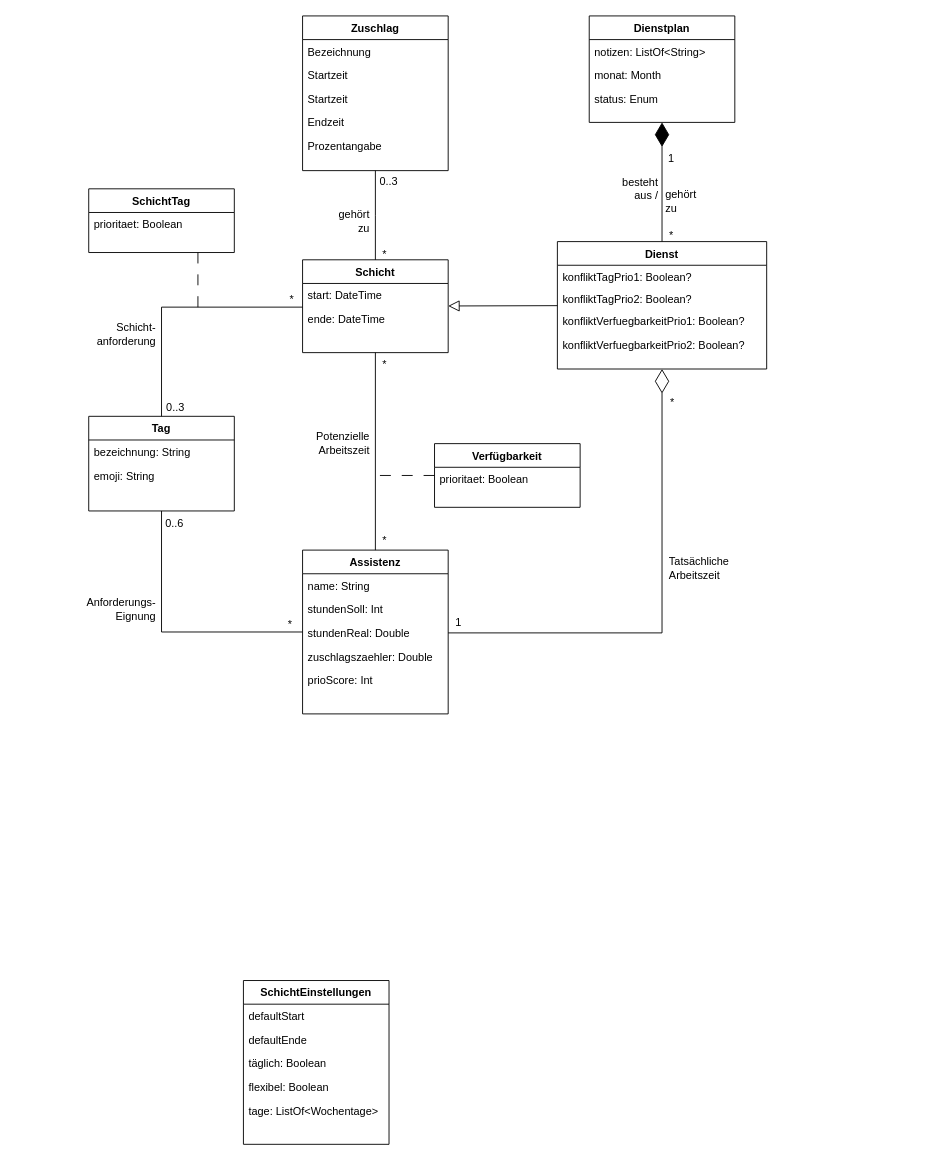
Above: page "V-1" (1 of 2) of 4_Entwurf/4_UML/4_UML_Klassendiagramme/Domänenklassendiagramm_Anforderungsspezifikation.drawio in annikalenneper/praxisprojekt_mi_bachelor_SoSe24 (draw.io), before the change. Source tidied: cells renumbered, new cells numbered last; positions are measured from the earlier drawing's top-left corner, leaving out a move shared by most shapes. Both pictures are drawn from the tidied source at 91%, with x=0, y=0 at pixel (66, 15).
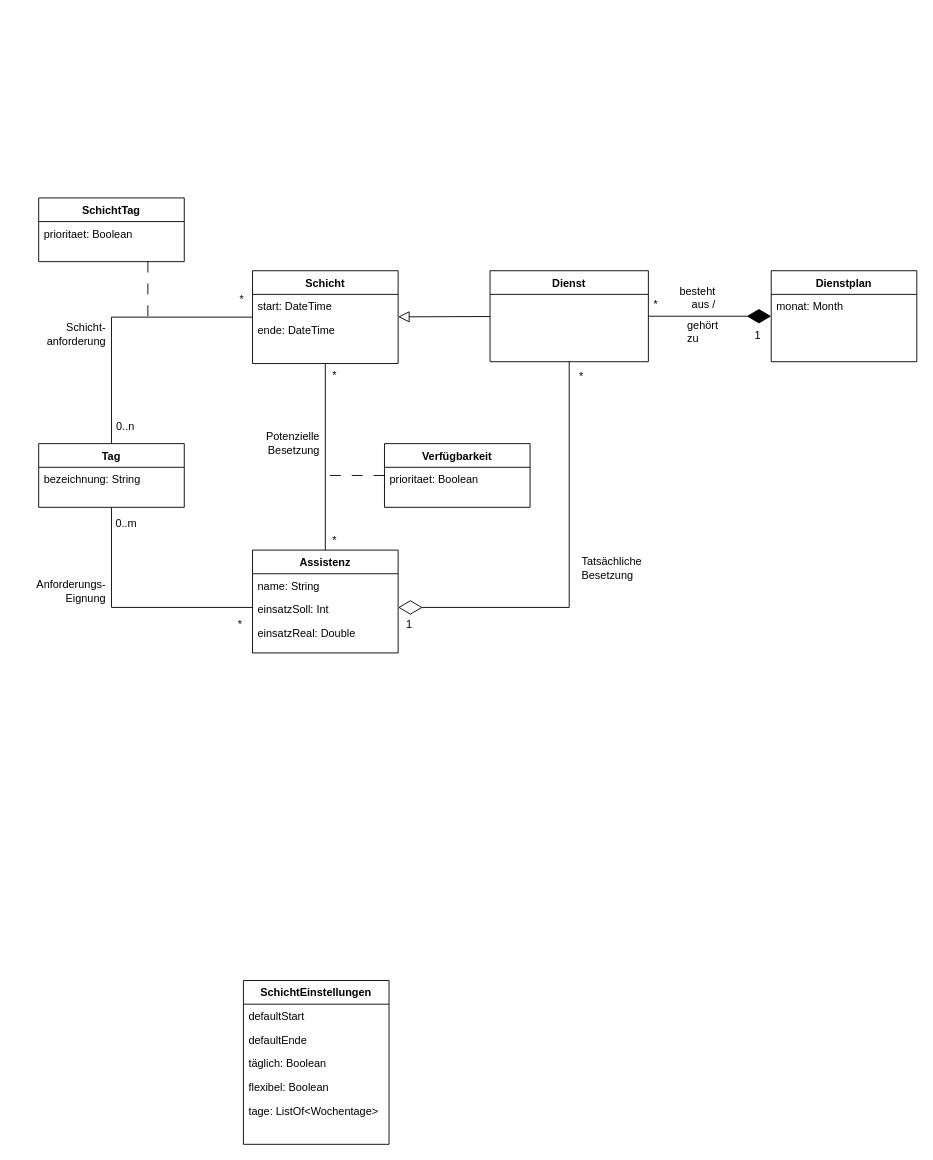
Above is the later version.

Diff of the diagram source:
```diff
@@
     <mxCell id="2" value="Schicht" style="swimlane;fontStyle=1;align=center;verticalAlign=top;horizontal=1;startSize=26;rounded=0;shadow=0;strokeWidth=1;" parent="1" vertex="1">
-      <mxGeometry x="260" y="268" width="160" height="102" as="geometry" />
+      <mxGeometry x="205" y="280" width="160" height="102" as="geometry" />
     </mxCell>
@@
     <mxCell id="5" value="Verfügbarkeit" style="swimlane;fontStyle=1;align=center;verticalAlign=top;horizontal=1;startSize=26;rounded=0;shadow=0;strokeWidth=1;" parent="1" vertex="1">
-      <mxGeometry x="405" y="470" width="160" height="70" as="geometry" />
+      <mxGeometry x="350" y="470" width="160" height="70" as="geometry" />
     </mxCell>
@@
-    <mxCell id="7" value="Zuschlag" style="swimlane;fontStyle=1;align=center;verticalAlign=top;horizontal=1;startSize=26;rounded=0;shadow=0;strokeWidth=1;" parent="1" vertex="1">
-      <mxGeometry x="260" width="160" height="170" as="geometry" />
-    </mxCell>
-    <mxCell id="8" value="Bezeichnung" style="text;align=left;verticalAlign=top;spacingLeft=4;spacingRight=4;overflow=hidden;" parent="7" vertex="1">
-      <mxGeometry y="26" width="160" height="26" as="geometry" />
-    </mxCell>
-    <mxCell id="9" value="Startzeit" style="text;align=left;verticalAlign=top;spacingLeft=4;spacingRight=4;overflow=hidden;rounded=0;shadow=0;html=0;" parent="7" vertex="1">
-      <mxGeometry y="52" width="160" height="26" as="geometry" />
-    </mxCell>
-    <mxCell id="10" value="Startzeit" style="text;align=left;verticalAlign=top;spacingLeft=4;spacingRight=4;overflow=hidden;rounded=0;shadow=0;html=0;" parent="7" vertex="1">
-      <mxGeometry y="78" width="160" height="26" as="geometry" />
-    </mxCell>
-    <mxCell id="11" value="Endzeit" style="text;align=left;verticalAlign=top;spacingLeft=4;spacingRight=4;overflow=hidden;rounded=0;shadow=0;html=0;" parent="7" vertex="1">
-      <mxGeometry y="104" width="160" height="26" as="geometry" />
-    </mxCell>
-    <mxCell id="12" value="Prozentangabe" style="text;align=left;verticalAlign=top;spacingLeft=4;spacingRight=4;overflow=hidden;rounded=0;shadow=0;html=0;" parent="7" vertex="1">
-      <mxGeometry y="130" width="160" height="26" as="geometry" />
-    </mxCell>
-    <mxCell id="13" style="endArrow=none;shadow=0;strokeWidth=1;rounded=0;curved=0;endFill=0;edgeStyle=elbowEdgeStyle;elbow=vertical;" parent="1" edge="1" source="2" target="7">
-      <mxGeometry x="0.5" y="41" relative="1" as="geometry">
-        <mxPoint x="-40" y="32" as="offset" />
-      </mxGeometry>
-    </mxCell>
-    <mxCell id="14" value="1" style="align=left;verticalAlign=bottom;labelBackgroundColor=none;fontSize=12;" parent="13" vertex="1">
-      <mxGeometry x="-1" relative="1" as="geometry">
-        <mxPoint x="320" y="-103" as="offset" />
-      </mxGeometry>
-    </mxCell>
-    <mxCell id="15" value="0..3" style="align=right;verticalAlign=bottom;labelBackgroundColor=none;fontSize=12;" parent="13" vertex="1">
-      <mxGeometry x="1" relative="1" as="geometry">
-        <mxPoint x="26" y="20" as="offset" />
-      </mxGeometry>
-    </mxCell>
     <mxCell id="16" value="Tag" style="swimlane;fontStyle=1;align=center;verticalAlign=top;horizontal=1;startSize=26;rounded=0;shadow=0;strokeWidth=1;" parent="1" vertex="1">
-      <mxGeometry x="25" y="440" width="160" height="104" as="geometry" />
+      <mxGeometry x="-30" y="470" width="160" height="70" as="geometry" />
     </mxCell>
@@
-    <mxCell id="18" value="emoji: String" style="text;align=left;verticalAlign=top;spacingLeft=4;spacingRight=4;overflow=hidden;rounded=0;shadow=0;html=0;" parent="16" vertex="1">
-      <mxGeometry y="52" width="160" height="26" as="geometry" />
-    </mxCell>
     <mxCell id="19" value="Assistenz" style="swimlane;fontStyle=1;align=center;verticalAlign=top;horizontal=1;startSize=26;rounded=0;shadow=0;strokeWidth=1;" parent="1" vertex="1">
-      <mxGeometry x="260" y="587" width="160" height="180" as="geometry" />
+      <mxGeometry x="205" y="587" width="160" height="113" as="geometry" />
     </mxCell>
@@
-    <mxCell id="21" value="stundenSoll: Int" style="text;align=left;verticalAlign=top;spacingLeft=4;spacingRight=4;overflow=hidden;rounded=0;shadow=0;html=0;" parent="19" vertex="1">
+    <mxCell id="21" value="einsatzSoll: Int" style="text;align=left;verticalAlign=top;spacingLeft=4;spacingRight=4;overflow=hidden;rounded=0;shadow=0;html=0;" parent="19" vertex="1">
       <mxGeometry y="52" width="160" height="26" as="geometry" />
     </mxCell>
-    <mxCell id="22" value="stundenReal: Double" style="text;align=left;verticalAlign=top;spacingLeft=4;spacingRight=4;overflow=hidden;points=[[0,0.5],[1,0.5]];portConstraint=eastwest;rounded=0;shadow=0;html=0;" parent="19" vertex="1">
+    <mxCell id="22" value="einsatzReal: Double" style="text;align=left;verticalAlign=top;spacingLeft=4;spacingRight=4;overflow=hidden;points=[[0,0.5],[1,0.5]];portConstraint=eastwest;rounded=0;shadow=0;html=0;" parent="19" vertex="1">
       <mxGeometry y="78" width="160" height="26" as="geometry" />
     </mxCell>
-    <mxCell id="23" value="zuschlagszaehler: Double" style="text;align=left;verticalAlign=top;spacingLeft=4;spacingRight=4;overflow=hidden;rounded=0;shadow=0;html=0;" parent="19" vertex="1">
-      <mxGeometry y="104" width="160" height="26" as="geometry" />
-    </mxCell>
-    <mxCell id="24" value="prioScore: Int" style="text;align=left;verticalAlign=top;spacingLeft=4;spacingRight=4;overflow=hidden;rounded=0;shadow=0;html=0;" parent="19" vertex="1">
-      <mxGeometry y="130" width="160" height="26" as="geometry" />
-    </mxCell>
     <mxCell id="25" value="Dienst" style="swimlane;fontStyle=1;align=center;verticalAlign=top;horizontal=1;startSize=26;rounded=0;shadow=0;strokeWidth=1;" parent="1" vertex="1">
-      <mxGeometry x="540" y="248" width="230" height="140" as="geometry" />
+      <mxGeometry x="466" y="280" width="174" height="100" as="geometry" />
     </mxCell>
-    <mxCell id="26" value="konfliktTagPrio1: Boolean?" style="text;align=left;verticalAlign=top;spacingLeft=4;spacingRight=4;overflow=hidden;" parent="25" vertex="1">
-      <mxGeometry y="26" width="230" height="24" as="geometry" />
-    </mxCell>
-    <mxCell id="27" value="konfliktTagPrio2: Boolean?" style="text;align=left;verticalAlign=top;spacingLeft=4;spacingRight=4;overflow=hidden;" parent="25" vertex="1">
-      <mxGeometry y="50" width="230" height="24" as="geometry" />
-    </mxCell>
-    <mxCell id="28" value="konfliktVerfuegbarkeitPrio1: Boolean?" style="text;align=left;verticalAlign=top;spacingLeft=4;spacingRight=4;overflow=hidden;" parent="25" vertex="1">
-      <mxGeometry y="74" width="230" height="26" as="geometry" />
-    </mxCell>
-    <mxCell id="29" value="konfliktVerfuegbarkeitPrio2: Boolean?" style="text;align=left;verticalAlign=top;spacingLeft=4;spacingRight=4;overflow=hidden;" parent="25" vertex="1">
-      <mxGeometry y="100" width="230" height="26" as="geometry" />
-    </mxCell>
     <mxCell id="30" value="Dienstplan" style="swimlane;fontStyle=1;align=center;verticalAlign=top;horizontal=1;startSize=26;rounded=0;shadow=0;strokeWidth=1;" parent="1" vertex="1">
-      <mxGeometry x="575" width="160" height="117" as="geometry" />
+      <mxGeometry x="775" y="280" width="160" height="100" as="geometry" />
     </mxCell>
-    <mxCell id="31" value="notizen: ListOf&lt;String&gt;" style="text;align=left;verticalAlign=top;spacingLeft=4;spacingRight=4;overflow=hidden;rounded=0;shadow=0;html=0;" parent="30" vertex="1">
-      <mxGeometry y="26" width="160" height="26" as="geometry" />
-    </mxCell>
     <mxCell id="32" value="monat: Month" style="text;align=left;verticalAlign=top;spacingLeft=4;spacingRight=4;overflow=hidden;rounded=0;shadow=0;html=0;" parent="30" vertex="1">
-      <mxGeometry y="52" width="160" height="26" as="geometry" />
+      <mxGeometry y="26" width="160" height="26" as="geometry" />
     </mxCell>
-    <mxCell id="33" value="status: Enum" style="text;align=left;verticalAlign=top;spacingLeft=4;spacingRight=4;overflow=hidden;rounded=0;shadow=0;html=0;" parent="30" vertex="1">
-      <mxGeometry y="78" width="160" height="26" as="geometry" />
-    </mxCell>
@@
     <mxCell id="37" style="endArrow=none;startArrow=none;endFill=0;startFill=0;html=1;rounded=0;edgeStyle=orthogonalEdgeStyle;" parent="1" edge="1" source="16" target="19">
       <mxGeometry relative="1" as="geometry">
         <Array as="points">
-          <mxPoint x="105" y="677" />
+          <mxPoint x="50" y="650" />
         </Array>
       </mxGeometry>
     </mxCell>
     <mxCell id="38" style="endArrow=none;startArrow=none;endFill=0;startFill=0;html=1;rounded=0;edgeStyle=orthogonalEdgeStyle;" parent="1" edge="1" source="16" target="2">
       <mxGeometry relative="1" as="geometry">
         <Array as="points">
-          <mxPoint x="105" y="320" />
+          <mxPoint x="50" y="331" />
         </Array>
       </mxGeometry>
     </mxCell>
     <mxCell id="39" value="SchichtTag" style="swimlane;fontStyle=1;align=center;verticalAlign=top;horizontal=1;startSize=26;rounded=0;shadow=0;strokeWidth=1;" parent="1" vertex="1">
-      <mxGeometry x="25" y="190" width="160" height="70" as="geometry" />
+      <mxGeometry x="-30" y="200" width="160" height="70" as="geometry" />
     </mxCell>
@@
     <mxCell id="41" style="endArrow=none;startArrow=none;endFill=0;startFill=0;html=1;rounded=0;dashed=1;dashPattern=12 12;" parent="1" edge="1" target="5">
       <mxGeometry relative="1" as="geometry">
-        <mxPoint x="345" y="505" as="sourcePoint" />
+        <mxPoint x="290" y="505" as="sourcePoint" />
       </mxGeometry>
     </mxCell>
     <mxCell id="42" style="endArrow=none;startArrow=none;endFill=0;startFill=0;html=1;rounded=0;dashed=1;dashPattern=12 12;exitX=0.75;exitY=1;exitDx=0;exitDy=0;" parent="1" edge="1" source="39">
       <mxGeometry relative="1" as="geometry">
-        <mxPoint x="145" y="330" as="targetPoint" />
+        <mxPoint x="90" y="330" as="targetPoint" />
       </mxGeometry>
     </mxCell>
     <mxCell id="43" value="1" style="text;html=1;align=center;verticalAlign=middle;strokeColor=none;fillColor=none;" parent="1" vertex="1">
-      <mxGeometry x="416" y="652" width="30" height="30" as="geometry" />
+      <mxGeometry x="362" y="654" width="30" height="30" as="geometry" />
     </mxCell>
-    <mxCell id="44" value="*" style="text;html=1;align=center;verticalAlign=middle;strokeColor=none;fillColor=none;" parent="1" vertex="1">
-      <mxGeometry x="335" y="248" width="30" height="30" as="geometry" />
-    </mxCell>
     <mxCell id="45" value="*" style="text;html=1;align=center;verticalAlign=middle;strokeColor=none;fillColor=none;" parent="1" vertex="1">
-      <mxGeometry x="233" y="297" width="30" height="30" as="geometry" />
+      <mxGeometry x="178" y="297" width="30" height="30" as="geometry" />
     </mxCell>
-    <mxCell id="46" value="0..3" style="text;html=1;align=center;verticalAlign=middle;strokeColor=none;fillColor=none;" parent="1" vertex="1">
-      <mxGeometry x="100" y="416" width="40" height="30" as="geometry" />
+    <mxCell id="46" value="0..n" style="text;html=1;align=center;verticalAlign=middle;strokeColor=none;fillColor=none;" parent="1" vertex="1">
+      <mxGeometry x="45" y="436" width="40" height="30" as="geometry" />
     </mxCell>
-    <mxCell id="47" value="0..6" style="text;html=1;align=center;verticalAlign=middle;strokeColor=none;fillColor=none;" parent="1" vertex="1">
-      <mxGeometry x="99" y="543" width="40" height="30" as="geometry" />
+    <mxCell id="47" value="0..m" style="text;html=1;align=center;verticalAlign=middle;strokeColor=none;fillColor=none;" parent="1" vertex="1">
+      <mxGeometry x="41" y="543" width="50" height="30" as="geometry" />
     </mxCell>
-    <mxCell id="48" style="endArrow=diamondThin;endFill=0;endSize=24;html=1;rounded=0;exitX=1;exitY=0.5;exitDx=0;exitDy=0;entryX=0.5;entryY=1;entryDx=0;entryDy=0;edgeStyle=orthogonalEdgeStyle;" parent="1" edge="1" source="22" target="25">
-      <mxGeometry relative="1" as="geometry" />
+    <mxCell id="48" style="endArrow=diamondThin;endFill=0;endSize=24;html=1;rounded=0;exitX=0.5;exitY=1;exitDx=0;exitDy=0;edgeStyle=orthogonalEdgeStyle;" parent="1" edge="1" source="25">
+      <mxGeometry relative="1" as="geometry">
+        <mxPoint x="365" y="650" as="targetPoint" />
+        <Array as="points">
+          <mxPoint x="553" y="650" />
+          <mxPoint x="365" y="650" />
+        </Array>
+      </mxGeometry>
     </mxCell>
     <mxCell id="49" value="*" style="text;html=1;align=center;verticalAlign=middle;strokeColor=none;fillColor=none;" parent="1" vertex="1">
-      <mxGeometry x="650" y="227" width="30" height="30" as="geometry" />
+      <mxGeometry x="633" y="303" width="30" height="30" as="geometry" />
     </mxCell>
     <mxCell id="50" value="*" style="text;html=1;align=center;verticalAlign=middle;strokeColor=none;fillColor=none;" parent="1" vertex="1">
-      <mxGeometry x="651" y="410" width="30" height="30" as="geometry" />
+      <mxGeometry x="551" y="382" width="30" height="30" as="geometry" />
     </mxCell>
     <mxCell id="51" value="*" style="text;html=1;align=center;verticalAlign=middle;strokeColor=none;fillColor=none;" parent="1" vertex="1">
-      <mxGeometry x="335" y="562" width="30" height="30" as="geometry" />
+      <mxGeometry x="280" y="562" width="30" height="30" as="geometry" />
     </mxCell>
     <mxCell id="52" value="*" style="text;html=1;align=center;verticalAlign=middle;strokeColor=none;fillColor=none;" parent="1" vertex="1">
-      <mxGeometry x="335" y="368" width="30" height="30" as="geometry" />
+      <mxGeometry x="280" y="380" width="30" height="30" as="geometry" />
     </mxCell>
     <mxCell id="53" value="*" style="text;html=1;align=center;verticalAlign=middle;strokeColor=none;fillColor=none;" parent="1" vertex="1">
-      <mxGeometry x="231" y="654" width="30" height="30" as="geometry" />
+      <mxGeometry x="176" y="654" width="30" height="30" as="geometry" />
     </mxCell>
     <mxCell id="54" value="Schicht-&lt;div&gt;anforderung&lt;/div&gt;" style="text;html=1;align=right;verticalAlign=middle;strokeColor=none;fillColor=none;" parent="1" vertex="1">
-      <mxGeometry x="10" y="330" width="90" height="40" as="geometry" />
+      <mxGeometry x="-45" y="330" width="90" height="40" as="geometry" />
     </mxCell>
     <mxCell id="55" value="Anforderungs-&lt;div&gt;Eignung&lt;/div&gt;" style="text;html=1;align=right;verticalAlign=middle;strokeColor=none;fillColor=none;" parent="1" vertex="1">
-      <mxGeometry y="632" width="100" height="40" as="geometry" />
+      <mxGeometry x="-55" y="612" width="100" height="40" as="geometry" />
     </mxCell>
-    <mxCell id="56" value="Potenzielle&lt;br&gt;Arbeitszeit" style="text;html=1;align=right;verticalAlign=middle;strokeColor=none;fillColor=none;" parent="1" vertex="1">
-      <mxGeometry x="255" y="450" width="80" height="40" as="geometry" />
+    <mxCell id="56" value="Potenzielle&lt;br&gt;Besetzung" style="text;html=1;align=right;verticalAlign=middle;strokeColor=none;fillColor=none;" parent="1" vertex="1">
+      <mxGeometry x="200" y="450" width="80" height="40" as="geometry" />
     </mxCell>
-    <mxCell id="57" value="Tatsächliche&lt;div&gt;Arbeitszeit&lt;/div&gt;" style="text;html=1;align=left;verticalAlign=middle;strokeColor=none;fillColor=none;" parent="1" vertex="1">
-      <mxGeometry x="661" y="587" width="90" height="40" as="geometry" />
+    <mxCell id="57" value="Tatsächliche&lt;div&gt;Besetzung&lt;/div&gt;" style="text;html=1;align=left;verticalAlign=middle;strokeColor=none;fillColor=none;" parent="1" vertex="1">
+      <mxGeometry x="565" y="587" width="90" height="40" as="geometry" />
     </mxCell>
     <mxCell id="58" value="besteht&lt;div&gt;aus /&lt;/div&gt;" style="text;html=1;align=right;verticalAlign=middle;strokeColor=none;fillColor=none;" parent="1" vertex="1">
-      <mxGeometry x="592" y="170" width="60" height="40" as="geometry" />
+      <mxGeometry x="655" y="290" width="60" height="40" as="geometry" />
     </mxCell>
     <mxCell id="59" value="gehört&lt;div&gt;zu&lt;/div&gt;" style="text;html=1;align=left;verticalAlign=middle;strokeColor=none;fillColor=none;" parent="1" vertex="1">
-      <mxGeometry x="657" y="184" width="60" height="40" as="geometry" />
+      <mxGeometry x="681" y="327" width="60" height="40" as="geometry" />
     </mxCell>
-    <mxCell id="60" value="gehört&lt;div&gt;zu&lt;/div&gt;" style="text;html=1;align=right;verticalAlign=middle;strokeColor=none;fillColor=none;" parent="1" vertex="1">
-      <mxGeometry x="275" y="206" width="60" height="40" as="geometry" />
-    </mxCell>
@@
+    <mxCell id="14" value="1" style="text;html=1;align=center;verticalAlign=middle;strokeColor=none;fillColor=none;" parent="1" vertex="1">
+      <mxGeometry x="745" y="337" width="30" height="30" as="geometry" />
+    </mxCell>
```
